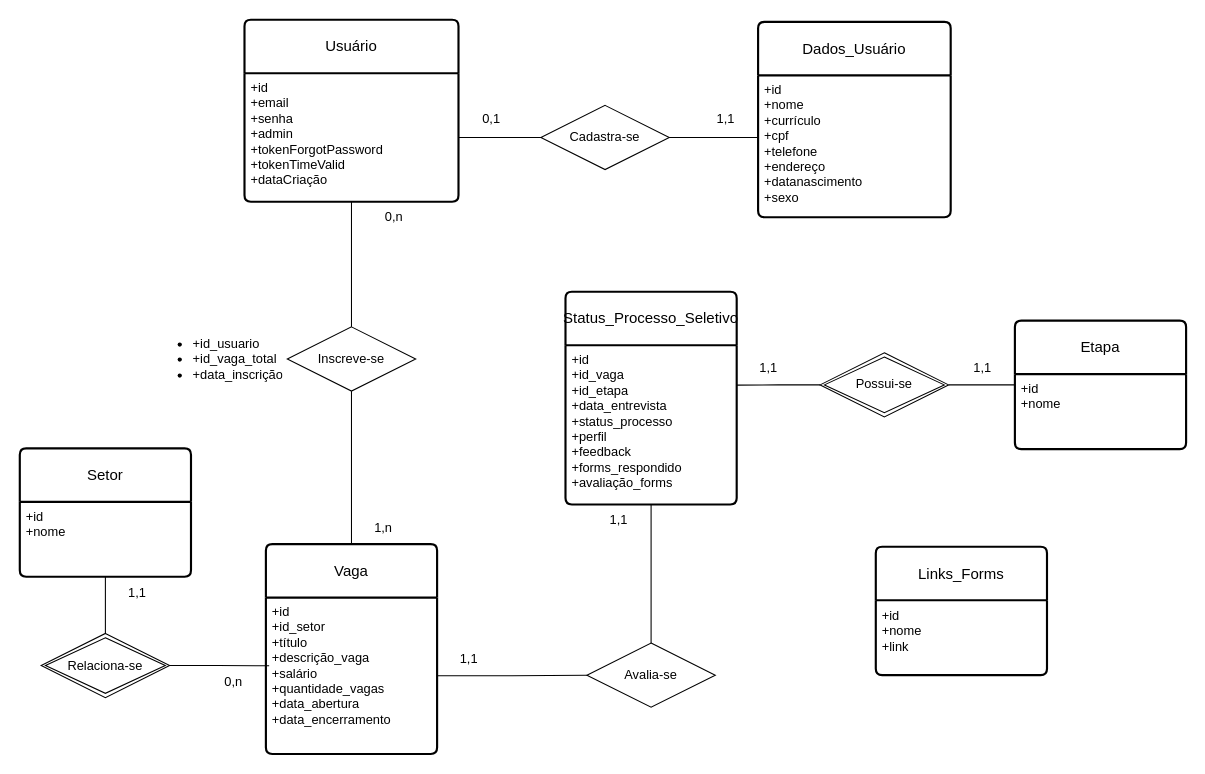
Above: Diagrama Modelo Relacional.drawio in ExtraProjects860/Project-Selection-Process-Control (draw.io), before the change. Source tidied: cells renumbered, new cells numbered last; positions are measured from the earlier drawing's top-left corner, leaving out a move shared by most shapes. Both pictures are drawn from the tidied source at 107%, with x=0, y=0 at pixel (19, 19).
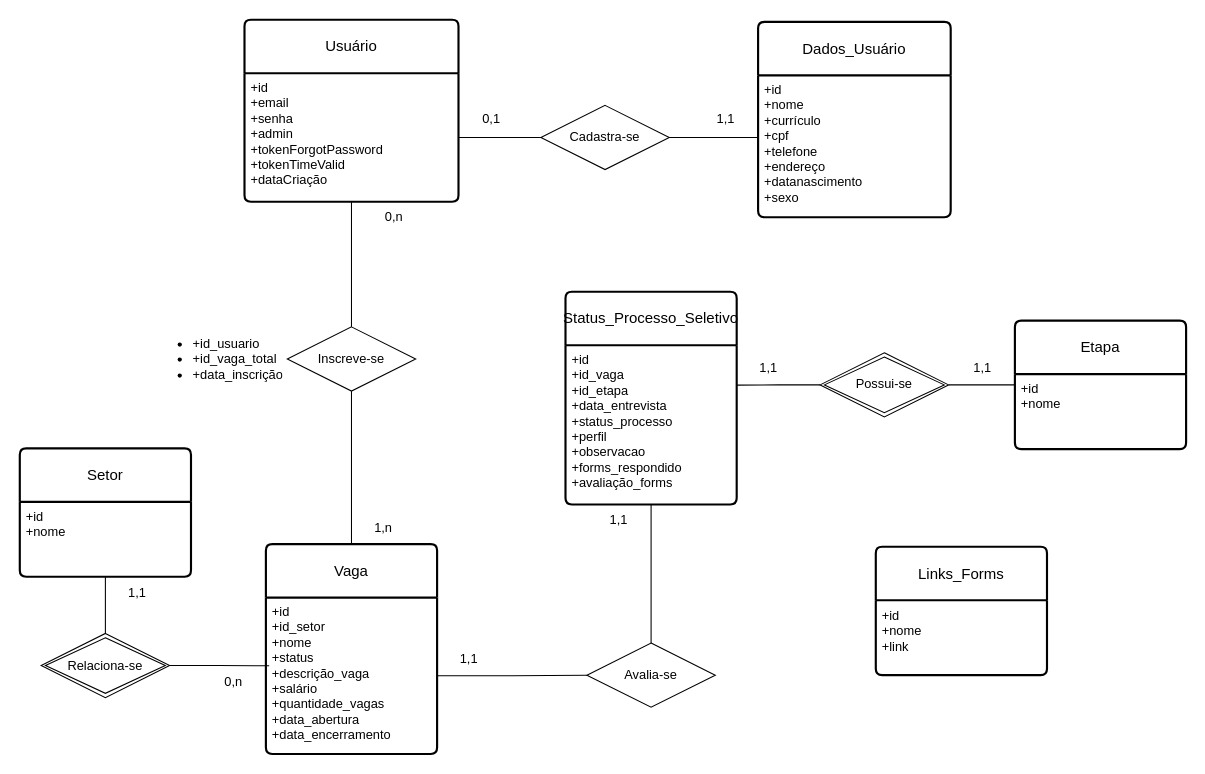
Above is the later version.

Unchanged cells that the change refers to:
```xml
<mxCell id="8" value="Status_Processo_Seletivo" style="swimlane;horizontal=1;startSize=50;rounded=1;fontSize=14;fontStyle=0;strokeWidth=2;shadow=0;dashed=0;align=center;arcSize=4;whiteSpace=wrap;html=1;" parent="1" vertex="1">
  <mxGeometry x="510" y="254.2" width="160" height="198.8" as="geometry" />
</mxCell>
<mxCell id="27" value="Vaga" style="swimlane;horizontal=1;startSize=50;rounded=1;fontSize=14;fontStyle=0;strokeWidth=2;shadow=0;dashed=0;align=center;arcSize=4;whiteSpace=wrap;html=1;" parent="1" vertex="1">
  <mxGeometry x="230" y="490" width="160" height="196.2" as="geometry" />
</mxCell>
```

What changed in the source:
```diff
@@
-    <mxCell id="9" value="+id&lt;div&gt;+id_vaga&lt;/div&gt;&lt;div&gt;+id_etapa&lt;/div&gt;&lt;div&gt;&lt;span style=&quot;background-color: initial;&quot;&gt;+data_entrevista&lt;/span&gt;&lt;/div&gt;&lt;div&gt;&lt;span style=&quot;background-color: initial;&quot;&gt;+status_processo&lt;/span&gt;&lt;/div&gt;&lt;div&gt;+perfil&lt;/div&gt;&lt;div&gt;+feedback&lt;/div&gt;&lt;div&gt;+forms_respondido&lt;/div&gt;&lt;div&gt;+avaliação_forms&lt;/div&gt;" style="align=left;strokeColor=none;fillColor=none;spacingLeft=4;fontSize=12;verticalAlign=top;html=1;" parent="8" vertex="1">
+    <mxCell id="9" value="+id&lt;div&gt;+id_vaga&lt;/div&gt;&lt;div&gt;+id_etapa&lt;/div&gt;&lt;div&gt;&lt;span style=&quot;background-color: initial;&quot;&gt;+data_entrevista&lt;/span&gt;&lt;/div&gt;&lt;div&gt;&lt;span style=&quot;background-color: initial;&quot;&gt;+status_processo&lt;/span&gt;&lt;/div&gt;&lt;div&gt;+perfil&lt;/div&gt;&lt;div&gt;+observacao&lt;/div&gt;&lt;div&gt;+forms_respondido&lt;/div&gt;&lt;div&gt;+avaliação_forms&lt;/div&gt;" style="align=left;strokeColor=none;fillColor=none;spacingLeft=4;fontSize=12;verticalAlign=top;html=1;" parent="8" vertex="1">
       <mxGeometry y="50" width="160" height="148.8" as="geometry" />
     </mxCell>
@@
-    <mxCell id="28" value="&lt;div&gt;+id&lt;/div&gt;&lt;div&gt;+id_setor&lt;/div&gt;&lt;div&gt;+título&lt;/div&gt;&lt;div&gt;+descrição_vaga&lt;/div&gt;&lt;div&gt;+salário&lt;/div&gt;&lt;div&gt;+quantidade_vagas&lt;/div&gt;&lt;div&gt;+data_abertura&lt;/div&gt;&lt;div&gt;+data_encerramento&lt;/div&gt;" style="align=left;strokeColor=none;fillColor=none;spacingLeft=4;fontSize=12;verticalAlign=top;html=1;" parent="27" vertex="1">
+    <mxCell id="28" value="&lt;div&gt;+id&lt;/div&gt;&lt;div&gt;+id_setor&lt;/div&gt;&lt;div&gt;+nome&lt;/div&gt;&lt;div&gt;+status&lt;/div&gt;&lt;div&gt;+descrição_vaga&lt;/div&gt;&lt;div&gt;+salário&lt;/div&gt;&lt;div&gt;+quantidade_vagas&lt;/div&gt;&lt;div&gt;+data_abertura&lt;/div&gt;&lt;div&gt;+data_encerramento&lt;/div&gt;" style="align=left;strokeColor=none;fillColor=none;spacingLeft=4;fontSize=12;verticalAlign=top;html=1;" parent="27" vertex="1">
       <mxGeometry y="50" width="160" height="146.2" as="geometry" />
     </mxCell>
```
